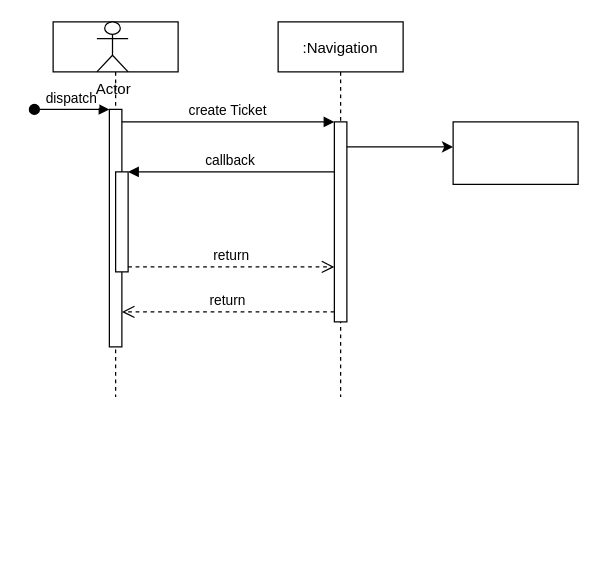
baltermia/Gira-ConsoleV2 keeps this draw.io diagram as Documentation/Diagrams/Sequence Diagram/Sequence Diagram.drawio. Above is the earlier version. Source tidied: cells renumbered, new cells numbered last; positions are measured from the earlier drawing's top-left corner, leaving out a move shared by most shapes. Both pictures are drawn from the tidied source at 125%, with x=0, y=0 at pixel (34, 21).
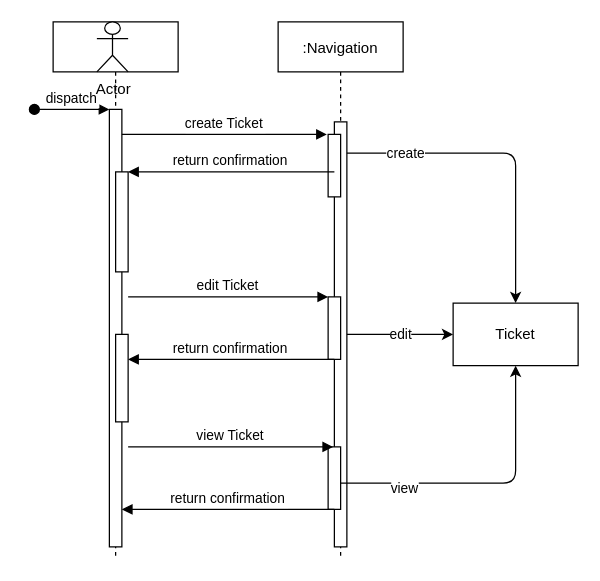
The same diagram, later.

Unchanged cells that the change refers to:
```xml
<mxCell id="5" style="points=[];perimeter=orthogonalPerimeter;rounded=0;shadow=0;strokeWidth=1;" parent="2" vertex="1">
  <mxGeometry x="50" y="120" width="10" height="80" as="geometry" />
</mxCell>
```

Change to the diagram source:
```diff
@@
     <mxCell id="2" style="shape=umlLifeline;perimeter=lifelinePerimeter;rounded=0;shadow=0;strokeWidth=1;" parent="1" vertex="1">
-      <mxGeometry x="15" width="100" height="300" as="geometry" />
+      <mxGeometry x="15" width="100" height="430" as="geometry" />
     </mxCell>
     <mxCell id="3" style="points=[];perimeter=orthogonalPerimeter;rounded=0;shadow=0;strokeWidth=1;" parent="2" vertex="1">
-      <mxGeometry x="45" y="70" width="10" height="190" as="geometry" />
+      <mxGeometry x="45" y="70" width="10" height="350" as="geometry" />
     </mxCell>
@@
+    <mxCell id="15" style="perimeter=orthogonalPerimeter;rounded=0;shadow=0;strokeWidth=1;" parent="2" vertex="1">
+      <mxGeometry x="50" y="250" width="10" height="70" as="geometry" />
+    </mxCell>
     <mxCell id="7" value=":Navigation" style="shape=umlLifeline;perimeter=lifelinePerimeter;rounded=0;shadow=0;strokeWidth=1;" parent="1" vertex="1">
-      <mxGeometry x="195" width="100" height="300" as="geometry" />
+      <mxGeometry x="195" width="100" height="430" as="geometry" />
     </mxCell>
     <mxCell id="8" style="points=[];perimeter=orthogonalPerimeter;rounded=0;shadow=0;strokeWidth=1;" parent="7" vertex="1">
-      <mxGeometry x="45" y="80" width="10" height="160" as="geometry" />
+      <mxGeometry x="45" y="80" width="10" height="340" as="geometry" />
     </mxCell>
-    <mxCell id="9" value="return" style="verticalAlign=bottom;endArrow=open;dashed=1;endSize=8;exitX=0;exitY=0.95;shadow=0;strokeWidth=1;" parent="1" edge="1" source="8" target="3">
-      <mxGeometry relative="1" as="geometry" />
-    </mxCell>
+    <mxCell id="16" style="points=[];perimeter=orthogonalPerimeter;rounded=0;shadow=0;strokeWidth=1;" parent="7" vertex="1">
+      <mxGeometry x="40" y="220" width="10" height="50" as="geometry" />
+    </mxCell>
+    <mxCell id="17" style="points=[];perimeter=orthogonalPerimeter;rounded=0;shadow=0;strokeWidth=1;" parent="7" vertex="1">
+      <mxGeometry x="40" y="90" width="10" height="50" as="geometry" />
+    </mxCell>
+    <mxCell id="18" style="points=[];perimeter=orthogonalPerimeter;rounded=0;shadow=0;strokeWidth=1;" parent="7" vertex="1">
+      <mxGeometry x="40" y="340" width="10" height="50" as="geometry" />
+    </mxCell>
-    <mxCell id="10" value="create Ticket" style="verticalAlign=bottom;endArrow=block;entryX=0;entryY=0;shadow=0;strokeWidth=1;" parent="1" edge="1" source="3" target="8">
+    <mxCell id="10" value="create Ticket" style="verticalAlign=bottom;endArrow=block;entryX=-0.1;entryY=0;shadow=0;strokeWidth=1;entryDx=0;entryDy=0;entryPerimeter=0;" parent="1" edge="1" source="3" target="17">
       <mxGeometry relative="1" as="geometry" />
     </mxCell>
-    <mxCell id="11" value="callback" style="verticalAlign=bottom;endArrow=block;entryX=1;entryY=0;shadow=0;strokeWidth=1;" parent="1" edge="1" source="8" target="5">
+    <mxCell id="11" value="return confirmation" style="verticalAlign=bottom;endArrow=block;entryX=1;entryY=0;shadow=0;strokeWidth=1;" parent="1" edge="1" source="8" target="5">
       <mxGeometry relative="1" as="geometry" />
     </mxCell>
-    <mxCell id="12" value="return" style="verticalAlign=bottom;endArrow=open;dashed=1;endSize=8;exitX=1;exitY=0.95;shadow=0;strokeWidth=1;" parent="1" edge="1" source="5" target="8">
-      <mxGeometry relative="1" as="geometry" />
-    </mxCell>
-    <mxCell id="13" style="endArrow=classic;html=1;" parent="1" edge="1" source="8">
+    <mxCell id="13" style="endArrow=classic;html=1;entryX=0.5;entryY=0;entryDx=0;entryDy=0;" parent="1" edge="1" source="8" target="14">
       <mxGeometry relative="1" as="geometry">
-        <mxPoint x="335" y="100" as="targetPoint" />
+        <Array as="points">
+          <mxPoint x="385" y="105" />
+        </Array>
       </mxGeometry>
     </mxCell>
+    <mxCell id="19" value="create" style="edgeLabel;html=1;align=center;verticalAlign=middle;" parent="13" vertex="1">
+      <mxGeometry x="-0.29" y="1" relative="1" as="geometry">
+        <mxPoint x="-45" as="offset" />
+      </mxGeometry>
+    </mxCell>
-    <mxCell id="14" style="rounded=0;whiteSpace=wrap;html=1;" parent="1" vertex="1">
-      <mxGeometry x="335" y="80" width="100" height="50" as="geometry" />
+    <mxCell id="14" value="Ticket" style="rounded=0;whiteSpace=wrap;html=1;" parent="1" vertex="1">
+      <mxGeometry x="335" y="225" width="100" height="50" as="geometry" />
     </mxCell>
+    <mxCell id="20" value="edit Ticket" style="verticalAlign=bottom;endArrow=block;shadow=0;strokeWidth=1;" parent="1" edge="1" target="16">
+      <mxGeometry relative="1" as="geometry">
+        <mxPoint x="75" y="220" as="sourcePoint" />
+      </mxGeometry>
+    </mxCell>
+    <mxCell id="21" value="edit" style="endArrow=classic;html=1;entryX=0;entryY=0.5;entryDx=0;entryDy=0;" parent="1" edge="1" source="8" target="14">
+      <mxGeometry relative="1" as="geometry" />
+    </mxCell>
+    <mxCell id="22" value="return confirmation" style="verticalAlign=bottom;endArrow=block;entryX=1;entryY=0;shadow=0;strokeWidth=1;" parent="1" edge="1">
+      <mxGeometry relative="1" as="geometry">
+        <mxPoint x="240" y="270" as="sourcePoint" />
+        <mxPoint x="75" y="270" as="targetPoint" />
+      </mxGeometry>
+    </mxCell>
+    <mxCell id="23" value="view Ticket" style="verticalAlign=bottom;endArrow=block;entryX=-0.1;entryY=0;shadow=0;strokeWidth=1;entryDx=0;entryDy=0;entryPerimeter=0;" parent="1" edge="1">
+      <mxGeometry relative="1" as="geometry">
+        <mxPoint x="75" y="340" as="sourcePoint" />
+        <mxPoint x="239" y="340" as="targetPoint" />
+      </mxGeometry>
+    </mxCell>
+    <mxCell id="24" value="return confirmation" style="verticalAlign=bottom;endArrow=block;shadow=0;strokeWidth=1;" parent="1" edge="1" target="3">
+      <mxGeometry relative="1" as="geometry">
+        <mxPoint x="240" y="390" as="sourcePoint" />
+      </mxGeometry>
+    </mxCell>
+    <mxCell id="25" style="endArrow=classic;html=1;exitX=1;exitY=0.58;exitDx=0;exitDy=0;exitPerimeter=0;entryX=0.5;entryY=1;entryDx=0;entryDy=0;" parent="1" edge="1" source="18" target="14">
+      <mxGeometry relative="1" as="geometry">
+        <Array as="points">
+          <mxPoint x="385" y="369" />
+        </Array>
+      </mxGeometry>
+    </mxCell>
+    <mxCell id="26" value="view" style="edgeLabel;html=1;align=center;verticalAlign=middle;" parent="25" vertex="1">
+      <mxGeometry x="-0.22" y="-3" relative="1" as="geometry">
+        <mxPoint x="-41" as="offset" />
+      </mxGeometry>
+    </mxCell>
```
